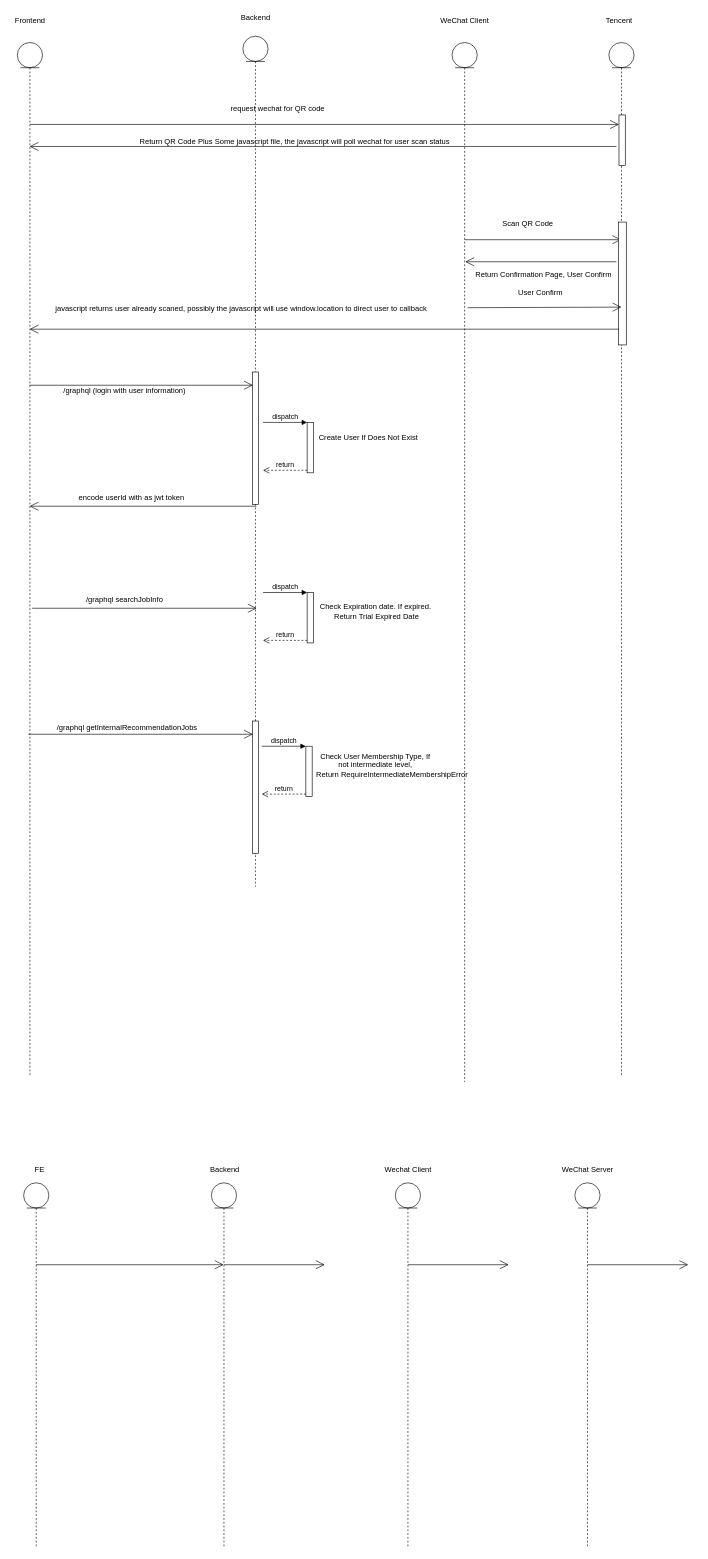
The draw.io diagram page "Backend-WeChat-Login" (2 of 5) of backend/diagrams.drawio in qiusuo-fuyuan/eagleeyejobs, before the edit. Source tidied: cells renumbered, new cells numbered last; positions are measured from the earlier drawing's top-left corner, leaving out a move shared by most shapes. Both pictures are drawn from the tidied source at 63%, with x=0, y=0 at pixel (11, 11).
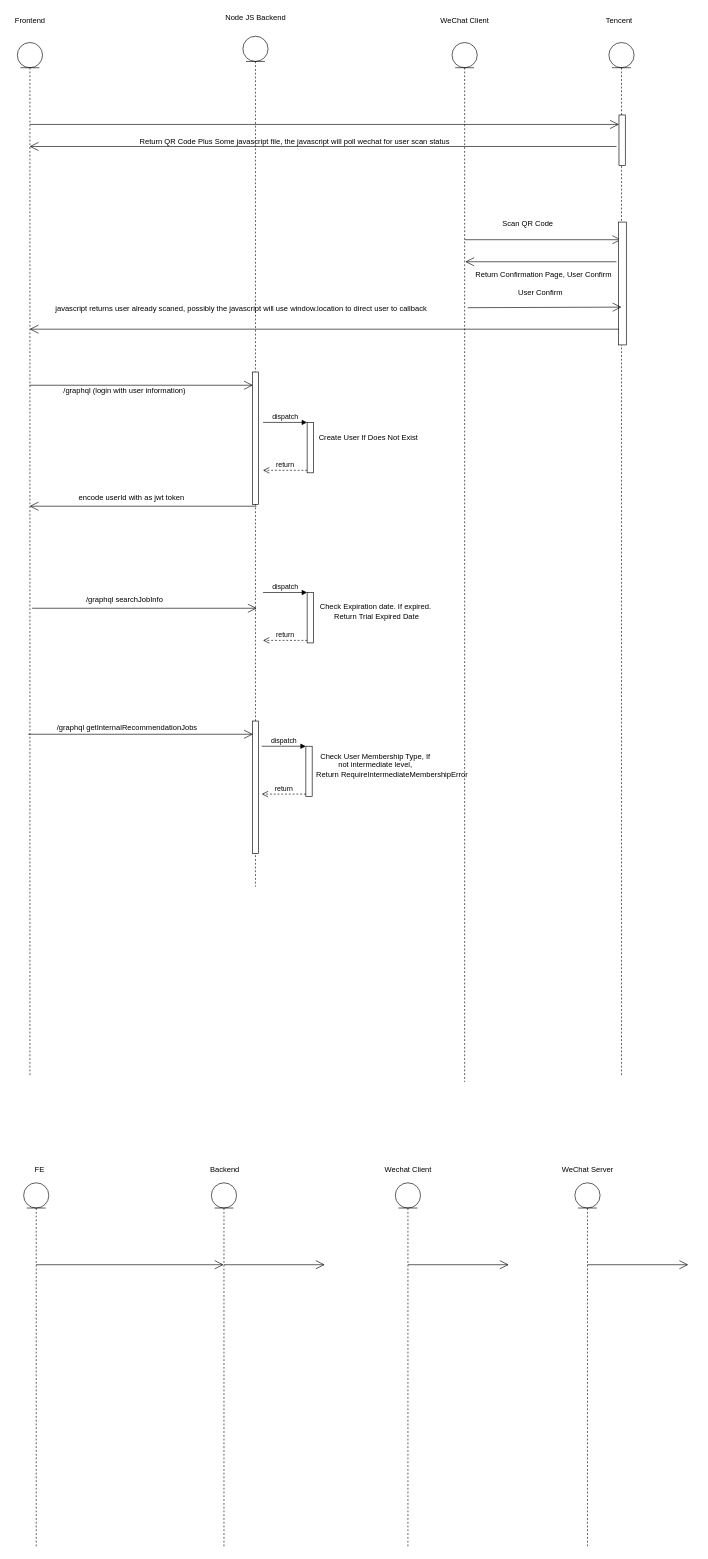
Above is the later version.

Commit message (it also covers changes not shown here):
issues-11/wechat-alipay-login: add async header for authorizationCallback request handler

Change to the diagram source:
```diff
@@
-    <mxCell id="16" value="Backend" style="text;html=1;align=center;verticalAlign=middle;strokeColor=none;fillColor=none;" parent="1" vertex="1">
-      <mxGeometry x="358" width="60" height="20" as="geometry" />
+    <mxCell id="16" value="Node JS Backend" style="text;html=1;align=center;verticalAlign=middle;strokeColor=none;fillColor=none;" parent="1" vertex="1">
+      <mxGeometry x="333" width="110" height="20" as="geometry" />
     </mxCell>
-    <mxCell id="17" value="request wechat for QR code" style="text;html=1;align=center;verticalAlign=middle;strokeColor=none;fillColor=none;" parent="1" vertex="1">
-      <mxGeometry x="343" y="145" width="160" height="20" as="geometry" />
-    </mxCell>
```
